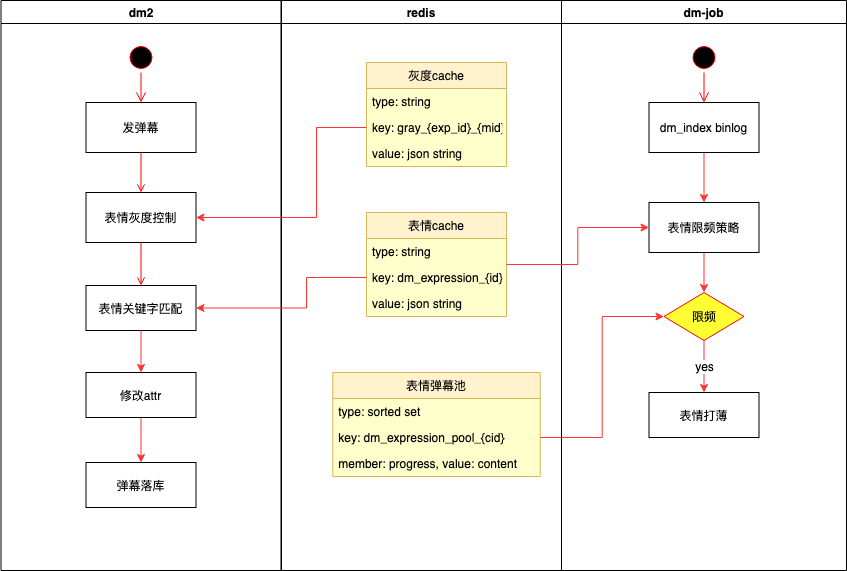
This is expression.png from rumblechen/draw, a draw.io export, as it was before one commit. Source tidied: cells renumbered, new cells last; positions are measured from the earlier drawing's top-left corner, leaving out a move shared by most shapes. Its diagram source:
```xml
<mxGraphModel>
  <root>
    <mxCell id="0" />
    <mxCell id="1" parent="0" />
    <mxCell id="2" value="dm2" style="swimlane;whiteSpace=wrap;" parent="1" vertex="1">
      <mxGeometry x="0.5" width="280" height="570" as="geometry" />
    </mxCell>
    <mxCell id="3" value="发弹幕" parent="2" vertex="1">
      <mxGeometry x="85" y="102" width="110" height="50" as="geometry" />
    </mxCell>
    <mxCell id="4" value="表情灰度控制" parent="2" vertex="1">
      <mxGeometry x="85" y="192" width="110" height="50" as="geometry" />
    </mxCell>
    <mxCell id="5" style="endArrow=open;strokeColor=#FF0000;endFill=1;rounded=0;" parent="2" edge="1" source="3" target="4">
      <mxGeometry relative="1" as="geometry" />
    </mxCell>
    <mxCell id="6" value="表情关键字匹配" parent="2" vertex="1">
      <mxGeometry x="85" y="285" width="110" height="45" as="geometry" />
    </mxCell>
    <mxCell id="7" style="endArrow=open;strokeColor=#FF0000;endFill=1;rounded=0;" parent="2" edge="1" source="4" target="6">
      <mxGeometry relative="1" as="geometry" />
    </mxCell>
    <mxCell id="8" style="edgeStyle=orthogonalEdgeStyle;rounded=0;jettySize=auto;html=1;entryX=0.5;entryY=0;entryDx=0;entryDy=0;strokeColor=#FF3333;" parent="2" edge="1" source="9" target="10">
      <mxGeometry relative="1" as="geometry" />
    </mxCell>
    <mxCell id="9" value="修改attr" parent="2" vertex="1">
      <mxGeometry x="85" y="372" width="110" height="45" as="geometry" />
    </mxCell>
    <mxCell id="10" value="弹幕落库" parent="2" vertex="1">
      <mxGeometry x="85" y="462" width="110" height="45" as="geometry" />
    </mxCell>
    <mxCell id="11" style="ellipse;html=1;shape=startState;fillColor=#000000;strokeColor=#ff0000;" parent="2" vertex="1">
      <mxGeometry x="125" y="42" width="30" height="30" as="geometry" />
    </mxCell>
    <mxCell id="12" style="edgeStyle=orthogonalEdgeStyle;html=1;verticalAlign=bottom;endArrow=open;endSize=8;strokeColor=#ff0000;entryX=0.5;entryY=0;entryDx=0;entryDy=0;" parent="2" edge="1" source="11" target="3">
      <mxGeometry relative="1" as="geometry" />
    </mxCell>
    <mxCell id="13" style="edgeStyle=orthogonalEdgeStyle;rounded=0;jettySize=auto;html=1;strokeColor=#FF3333;entryX=0.5;entryY=0;entryDx=0;entryDy=0;" parent="2" edge="1" source="6" target="9">
      <mxGeometry relative="1" as="geometry" />
    </mxCell>
    <mxCell id="14" value="dm-job" style="swimlane;whiteSpace=wrap;" parent="1" vertex="1">
      <mxGeometry x="561" width="285" height="570" as="geometry" />
    </mxCell>
    <mxCell id="15" style="edgeStyle=orthogonalEdgeStyle;rounded=0;jettySize=auto;html=1;strokeColor=#FF3333;" parent="14" edge="1" source="16" target="17">
      <mxGeometry relative="1" as="geometry" />
    </mxCell>
    <mxCell id="16" value="dm_index binlog" parent="14" vertex="1">
      <mxGeometry x="87.5" y="102" width="110" height="50" as="geometry" />
    </mxCell>
    <mxCell id="17" value="表情限频策略" parent="14" vertex="1">
      <mxGeometry x="87.5" y="202" width="110" height="50" as="geometry" />
    </mxCell>
    <mxCell id="18" value="yes" style="edgeStyle=orthogonalEdgeStyle;rounded=0;jettySize=auto;html=1;entryX=0.5;entryY=0;entryDx=0;entryDy=0;strokeColor=#FF3333;" parent="14" edge="1" source="19" target="20">
      <mxGeometry relative="1" as="geometry" />
    </mxCell>
    <mxCell id="19" value="限频" style="rhombus;whiteSpace=wrap;html=1;fillColor=#FFFF33;strokeColor=#FF0000;" parent="14" vertex="1">
      <mxGeometry x="102.5" y="292" width="80" height="48" as="geometry" />
    </mxCell>
    <mxCell id="20" value="表情打薄" parent="14" vertex="1">
      <mxGeometry x="87.5" y="392" width="110" height="45" as="geometry" />
    </mxCell>
    <mxCell id="21" style="edgeStyle=orthogonalEdgeStyle;rounded=0;jettySize=auto;html=1;exitX=0.5;exitY=1;exitDx=0;exitDy=0;strokeColor=#FF3333;entryX=0.5;entryY=0;entryDx=0;entryDy=0;" parent="14" edge="1" source="17" target="19">
      <mxGeometry relative="1" as="geometry" />
    </mxCell>
    <mxCell id="22" style="ellipse;html=1;shape=startState;fillColor=#000000;strokeColor=#ff0000;" parent="14" vertex="1">
      <mxGeometry x="127.5" y="42" width="30" height="30" as="geometry" />
    </mxCell>
    <mxCell id="23" style="edgeStyle=orthogonalEdgeStyle;html=1;verticalAlign=bottom;endArrow=open;endSize=8;strokeColor=#ff0000;entryX=0.5;entryY=0;entryDx=0;entryDy=0;" parent="14" edge="1" source="22" target="16">
      <mxGeometry relative="1" as="geometry" />
    </mxCell>
    <mxCell id="24" value="redis" style="swimlane;whiteSpace=wrap;" parent="1" vertex="1">
      <mxGeometry x="281" width="280" height="570" as="geometry" />
    </mxCell>
    <mxCell id="25" value="表情cache" style="swimlane;fontStyle=0;horizontal=1;startSize=26;fillColor=#fff2cc;strokeColor=#d6b656;rounded=0;shadow=0;swimlaneFillColor=#FFFFCC;glass=0;sketch=0;" parent="24" vertex="1">
      <mxGeometry x="85" y="212" width="140" height="104" as="geometry" />
    </mxCell>
    <mxCell id="26" value="type: string" style="text;strokeColor=none;fillColor=none;align=left;verticalAlign=top;spacingLeft=4;spacingRight=4;overflow=hidden;" parent="25" vertex="1">
      <mxGeometry y="26" width="140" height="26" as="geometry" />
    </mxCell>
    <mxCell id="27" value="key: dm_expression_{id}" style="text;strokeColor=none;fillColor=none;align=left;verticalAlign=top;spacingLeft=4;spacingRight=4;overflow=hidden;points=[[0,0.5],[1,0.5]];portConstraint=eastwest;" parent="25" vertex="1">
      <mxGeometry y="52" width="140" height="26" as="geometry" />
    </mxCell>
    <mxCell id="28" value="value: json string" style="text;strokeColor=none;fillColor=none;align=left;verticalAlign=top;spacingLeft=4;spacingRight=4;overflow=hidden;" parent="25" vertex="1">
      <mxGeometry y="78" width="140" height="26" as="geometry" />
    </mxCell>
    <mxCell id="29" value="表情弹幕池" style="swimlane;fontStyle=0;horizontal=1;startSize=26;fillColor=#fff2cc;strokeColor=#d6b656;glass=0;shadow=0;rounded=0;sketch=0;swimlaneFillColor=#FFFFCC;" parent="24" vertex="1">
      <mxGeometry x="51.2" y="372" width="207.5" height="104" as="geometry" />
    </mxCell>
    <mxCell id="30" value="type: sorted set" style="text;strokeColor=none;fillColor=none;align=left;verticalAlign=top;spacingLeft=4;spacingRight=4;overflow=hidden;" parent="29" vertex="1">
      <mxGeometry y="26" width="207.5" height="26" as="geometry" />
    </mxCell>
    <mxCell id="31" value="key: dm_expression_pool_{cid}" style="text;strokeColor=none;fillColor=none;align=left;verticalAlign=top;spacingLeft=4;spacingRight=4;overflow=hidden;points=[[0,0.5],[1,0.5]];portConstraint=eastwest;" parent="29" vertex="1">
      <mxGeometry y="52" width="207.5" height="26" as="geometry" />
    </mxCell>
    <mxCell id="32" value="member: progress, value: content" style="text;strokeColor=none;fillColor=none;align=left;verticalAlign=top;spacingLeft=4;spacingRight=4;overflow=hidden;" parent="29" vertex="1">
      <mxGeometry y="78" width="207.5" height="26" as="geometry" />
    </mxCell>
    <mxCell id="33" value="灰度cache" style="swimlane;fontStyle=0;horizontal=1;startSize=26;fillColor=#fff2cc;strokeColor=#d6b656;rounded=0;shadow=0;swimlaneFillColor=#FFFFCC;glass=0;sketch=0;" parent="24" vertex="1">
      <mxGeometry x="85" y="62" width="140" height="104" as="geometry" />
    </mxCell>
    <mxCell id="34" value="type: string" style="text;strokeColor=none;fillColor=none;align=left;verticalAlign=top;spacingLeft=4;spacingRight=4;overflow=hidden;" parent="33" vertex="1">
      <mxGeometry y="26" width="140" height="26" as="geometry" />
    </mxCell>
    <mxCell id="35" value="key: gray_{exp_id}_{mid}" style="text;strokeColor=none;fillColor=none;align=left;verticalAlign=top;spacingLeft=4;spacingRight=4;overflow=hidden;points=[[0,0.5],[1,0.5]];portConstraint=eastwest;" parent="33" vertex="1">
      <mxGeometry y="52" width="140" height="26" as="geometry" />
    </mxCell>
    <mxCell id="36" value="value: json string" style="text;strokeColor=none;fillColor=none;align=left;verticalAlign=top;spacingLeft=4;spacingRight=4;overflow=hidden;" parent="33" vertex="1">
      <mxGeometry y="78" width="140" height="26" as="geometry" />
    </mxCell>
    <mxCell id="37" style="edgeStyle=orthogonalEdgeStyle;rounded=0;jettySize=auto;html=1;entryX=0;entryY=0.5;entryDx=0;entryDy=0;strokeColor=#FF3333;" parent="1" edge="1" source="31" target="19">
      <mxGeometry relative="1" as="geometry" />
    </mxCell>
    <mxCell id="38" style="edgeStyle=orthogonalEdgeStyle;rounded=0;jettySize=auto;html=1;entryX=0;entryY=0.5;entryDx=0;entryDy=0;strokeColor=#FF3333;" parent="1" edge="1" source="25" target="17">
      <mxGeometry relative="1" as="geometry" />
    </mxCell>
    <mxCell id="39" style="edgeStyle=orthogonalEdgeStyle;rounded=0;jettySize=auto;html=1;entryX=1;entryY=0.5;entryDx=0;entryDy=0;strokeColor=#FF3333;exitX=0;exitY=0.5;exitDx=0;exitDy=0;" parent="1" edge="1" source="27" target="6">
      <mxGeometry relative="1" as="geometry">
        <Array as="points">
          <mxPoint x="306" y="277" />
          <mxPoint x="306" y="308" />
        </Array>
      </mxGeometry>
    </mxCell>
    <mxCell id="40" style="edgeStyle=orthogonalEdgeStyle;rounded=0;jettySize=auto;html=1;entryX=1;entryY=0.5;entryDx=0;entryDy=0;strokeColor=#FF3333;" parent="1" edge="1" source="35" target="4">
      <mxGeometry relative="1" as="geometry">
        <Array as="points">
          <mxPoint x="316" y="127" />
          <mxPoint x="316" y="217" />
        </Array>
      </mxGeometry>
    </mxCell>
  </root>
</mxGraphModel>
```
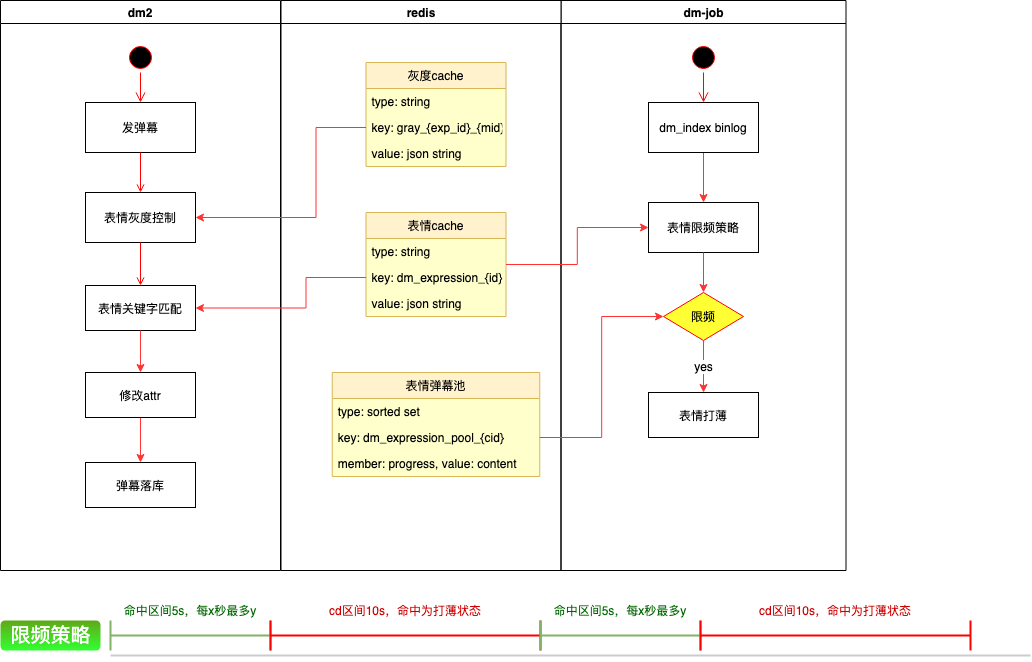
Later version of the same file.

The edit, as a diff of the source:
```diff
@@ -129,5 +129,23 @@
         </Array>
       </mxGeometry>
     </mxCell>
+    <mxCell id="41" value="命中区间5s，每x秒最多y" style="shape=crossbar;whiteSpace=wrap;html=1;rounded=1;strokeColor=#82b366;strokeWidth=2;labelPosition=center;verticalLabelPosition=top;align=center;verticalAlign=bottom;fillColor=#d5e8d4;fontColor=#006600;" parent="1" vertex="1">
+      <mxGeometry x="110.5" y="620" width="160" height="30" as="geometry" />
+    </mxCell>
+    <mxCell id="42" value="cd区间10s，命中为打薄状态" style="shape=crossbar;whiteSpace=wrap;html=1;rounded=1;strokeColor=#FF0000;strokeWidth=2;labelPosition=center;verticalLabelPosition=top;align=center;verticalAlign=bottom;fontColor=#CC0000;" parent="1" vertex="1">
+      <mxGeometry x="270.5" y="620" width="270" height="30" as="geometry" />
+    </mxCell>
+    <mxCell id="43" style="line;strokeWidth=2;html=1;perimeter=backbonePerimeter;gradientColor=none;fillColor=none;strokeColor=#CCCCCC;" parent="1" vertex="1">
+      <mxGeometry x="110.5" y="650" width="920" height="10" as="geometry" />
+    </mxCell>
+    <mxCell id="44" value="命中区间5s，每x秒最多y" style="shape=crossbar;whiteSpace=wrap;html=1;rounded=1;strokeColor=#82b366;strokeWidth=2;labelPosition=center;verticalLabelPosition=top;align=center;verticalAlign=bottom;fillColor=#d5e8d4;fontColor=#006600;" parent="1" vertex="1">
+      <mxGeometry x="540.5" y="620" width="160" height="30" as="geometry" />
+    </mxCell>
+    <mxCell id="45" value="cd区间10s，命中为打薄状态" style="shape=crossbar;whiteSpace=wrap;html=1;rounded=1;strokeColor=#FF0000;strokeWidth=2;labelPosition=center;verticalLabelPosition=top;align=center;verticalAlign=bottom;fontColor=#CC0000;" parent="1" vertex="1">
+      <mxGeometry x="700.5" y="620" width="270" height="30" as="geometry" />
+    </mxCell>
+    <mxCell id="46" value="限频策略" style="text;html=1;align=center;verticalAlign=middle;fontSize=20;fillColor=#60a917;rounded=1;fontColor=#ffffff;gradientColor=#33FF33;" parent="1" vertex="1">
+      <mxGeometry x="0.5" y="620" width="100" height="30" as="geometry" />
+    </mxCell>
   </root>
 </mxGraphModel>
```
